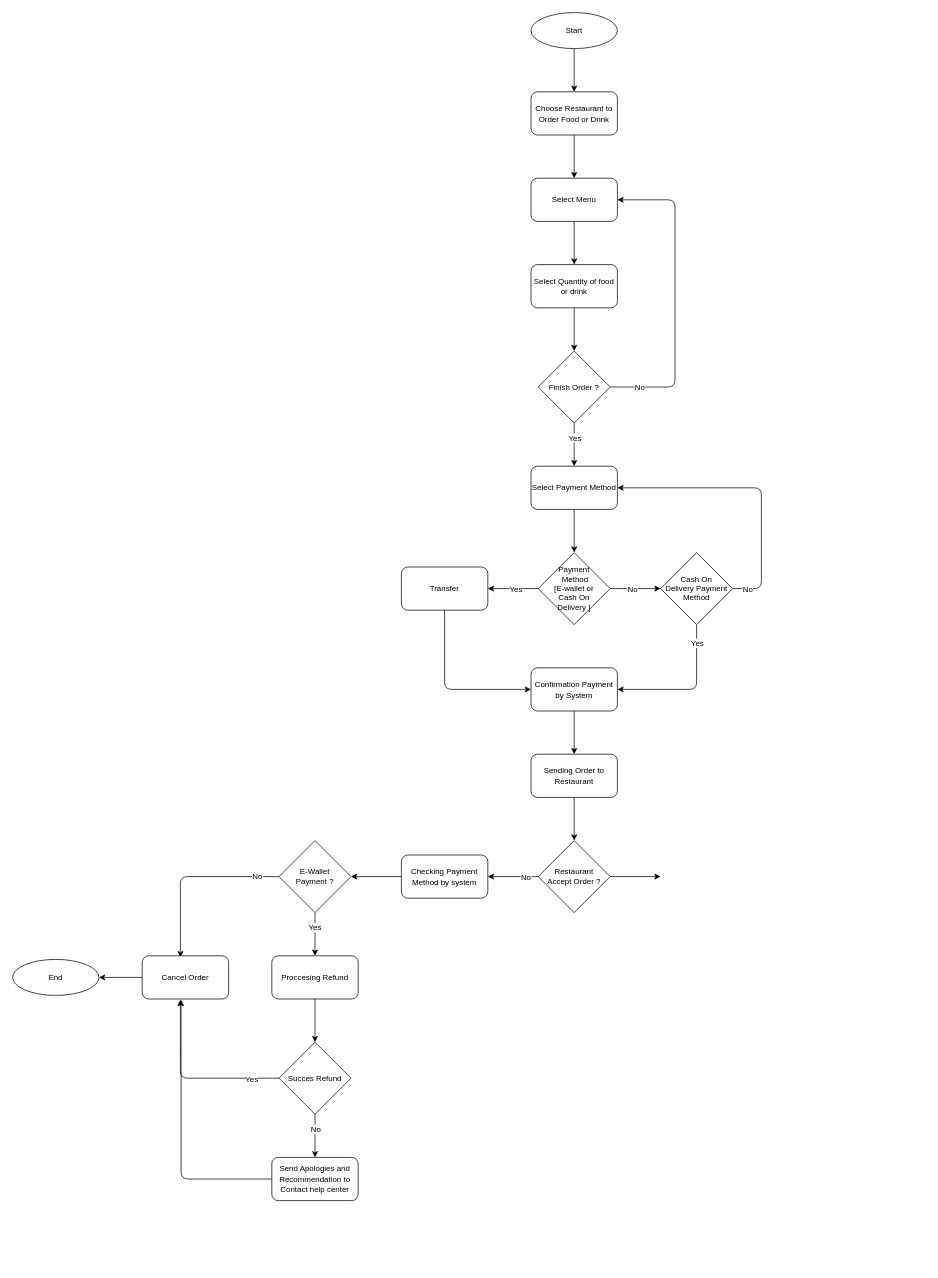
This is flowchart.drawio from arifmardhavi/M_Arif_Mardhavi-order_online_app, a draw.io file, before an edit. Source tidied: cells renumbered, new cells numbered last; positions are measured from the earlier drawing's top-left corner, leaving out a move shared by most shapes. Both pictures are drawn from the tidied source at 72%, with x=0, y=0 at pixel (12, 12).
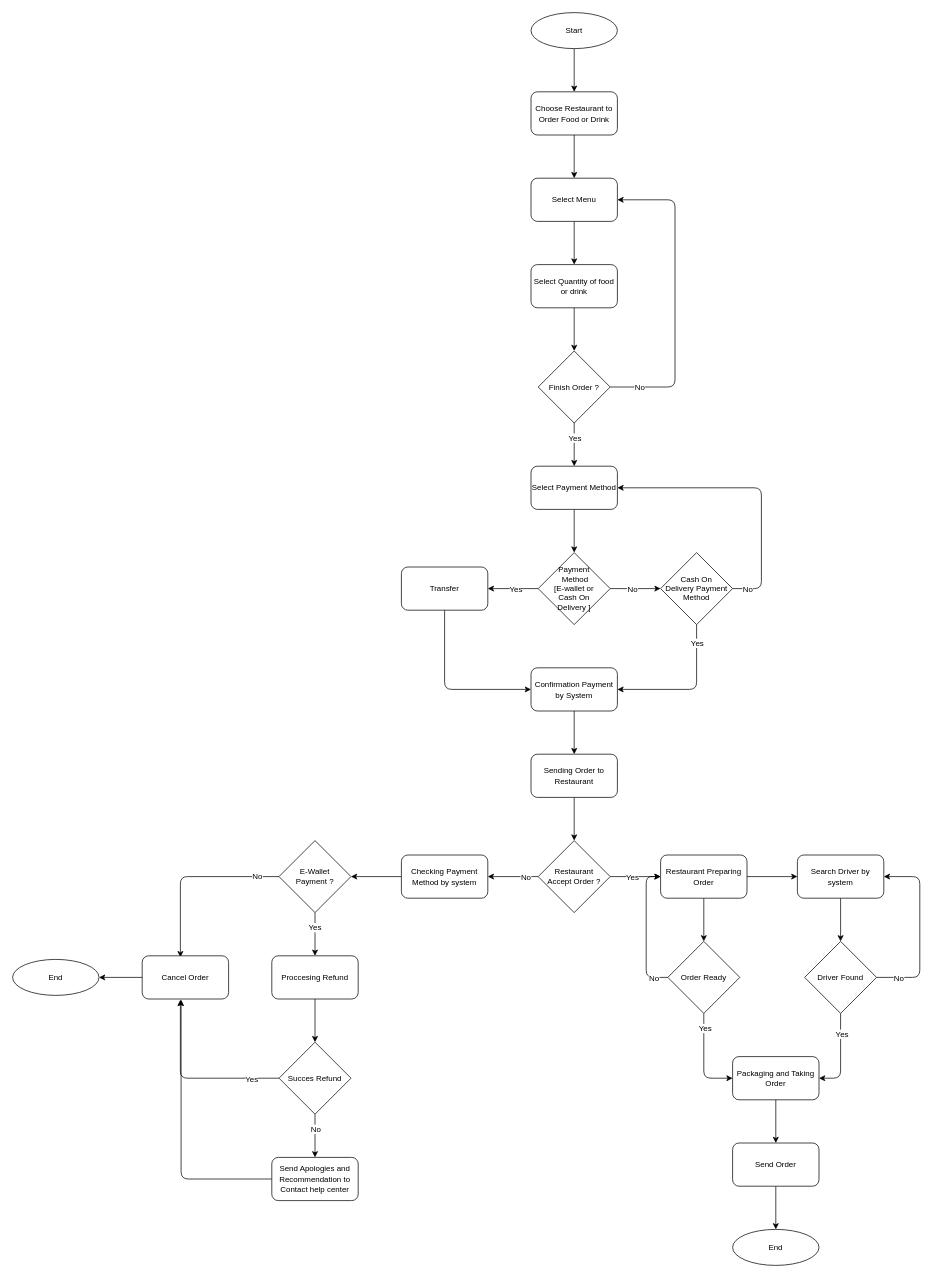
After the change.

Commit message:
add condition if restaurant accept the order

The change refers to these unchanged cells:
```xml
<mxCell id="36" value="Restaurant &lt;br&gt;Accept Order ?" style="rhombus;whiteSpace=wrap;html=1;fontSize=11;" parent="1" vertex="1">
  <mxGeometry x="730" y="1150" width="100" height="100" as="geometry" />
</mxCell>
```

The edit, as a diff of the source:
```diff
@@
-    <mxCell id="35" style="edgeStyle=none;html=1;exitX=1;exitY=0.5;exitDx=0;exitDy=0;entryX=0;entryY=0.5;entryDx=0;entryDy=0;fontSize=11;" parent="1" edge="1" source="36">
-      <mxGeometry relative="1" as="geometry">
-        <mxPoint x="900" y="1200" as="targetPoint" />
-      </mxGeometry>
+    <mxCell id="35" style="edgeStyle=none;html=1;exitX=1;exitY=0.5;exitDx=0;exitDy=0;entryX=0;entryY=0.5;entryDx=0;entryDy=0;fontSize=11;" parent="1" edge="1" source="36" target="59">
+      <mxGeometry relative="1" as="geometry" />
     </mxCell>
+    <mxCell id="56" value="Yes" style="edgeLabel;html=1;align=center;verticalAlign=middle;fontSize=11;" parent="35" vertex="1">
+      <mxGeometry x="-0.39" relative="1" as="geometry">
+        <mxPoint x="9" as="offset" />
+      </mxGeometry>
+    </mxCell>
@@
+    <mxCell id="57" style="edgeStyle=none;html=1;exitX=1;exitY=0.5;exitDx=0;exitDy=0;entryX=0;entryY=0.5;entryDx=0;entryDy=0;fontSize=11;" parent="1" edge="1" source="59" target="61">
+      <mxGeometry relative="1" as="geometry" />
+    </mxCell>
+    <mxCell id="58" style="edgeStyle=none;html=1;exitX=0.5;exitY=1;exitDx=0;exitDy=0;fontSize=11;" parent="1" edge="1" source="59" target="66">
+      <mxGeometry relative="1" as="geometry" />
+    </mxCell>
+    <mxCell id="59" value="&lt;span style=&quot;font-size: 11px&quot;&gt;Restaurant Preparing Order&lt;/span&gt;" style="rounded=1;whiteSpace=wrap;html=1;" parent="1" vertex="1">
+      <mxGeometry x="900" y="1170" width="120" height="60" as="geometry" />
+    </mxCell>
+    <mxCell id="60" style="edgeStyle=none;html=1;exitX=0.5;exitY=1;exitDx=0;exitDy=0;entryX=0.5;entryY=0;entryDx=0;entryDy=0;fontSize=11;" parent="1" edge="1" source="61" target="71">
+      <mxGeometry relative="1" as="geometry" />
+    </mxCell>
+    <mxCell id="61" value="&lt;span style=&quot;font-size: 11px&quot;&gt;Search Driver by system&lt;/span&gt;" style="rounded=1;whiteSpace=wrap;html=1;" parent="1" vertex="1">
+      <mxGeometry x="1090" y="1170" width="120" height="60" as="geometry" />
+    </mxCell>
+    <mxCell id="62" style="edgeStyle=none;html=1;exitX=0;exitY=0.5;exitDx=0;exitDy=0;entryX=0;entryY=0.5;entryDx=0;entryDy=0;fontSize=11;" parent="1" edge="1" source="66" target="59">
+      <mxGeometry relative="1" as="geometry">
+        <Array as="points">
+          <mxPoint x="880" y="1340" />
+          <mxPoint x="880" y="1200" />
+        </Array>
+      </mxGeometry>
+    </mxCell>
+    <mxCell id="63" value="No" style="edgeLabel;html=1;align=center;verticalAlign=middle;fontSize=11;" parent="62" vertex="1">
+      <mxGeometry x="-0.29" y="-2" relative="1" as="geometry">
+        <mxPoint x="8" y="37" as="offset" />
+      </mxGeometry>
+    </mxCell>
+    <mxCell id="64" style="edgeStyle=none;html=1;exitX=0.5;exitY=1;exitDx=0;exitDy=0;entryX=0;entryY=0.5;entryDx=0;entryDy=0;fontSize=11;" parent="1" edge="1" source="66" target="73">
+      <mxGeometry relative="1" as="geometry">
+        <Array as="points">
+          <mxPoint x="960" y="1480" />
+        </Array>
+      </mxGeometry>
+    </mxCell>
+    <mxCell id="65" value="Yes" style="edgeLabel;html=1;align=center;verticalAlign=middle;fontSize=11;" parent="64" vertex="1">
+      <mxGeometry x="-0.69" y="1" relative="1" as="geometry" />
+    </mxCell>
+    <mxCell id="66" value="Order Ready" style="rhombus;whiteSpace=wrap;html=1;fontSize=11;" parent="1" vertex="1">
+      <mxGeometry x="910" y="1290" width="100" height="100" as="geometry" />
+    </mxCell>
+    <mxCell id="67" style="edgeStyle=none;html=1;exitX=1;exitY=0.5;exitDx=0;exitDy=0;entryX=1;entryY=0.5;entryDx=0;entryDy=0;fontSize=11;" parent="1" edge="1" source="71" target="61">
+      <mxGeometry relative="1" as="geometry">
+        <Array as="points">
+          <mxPoint x="1260" y="1340" />
+          <mxPoint x="1260" y="1200" />
+        </Array>
+      </mxGeometry>
+    </mxCell>
+    <mxCell id="68" value="No" style="edgeLabel;html=1;align=center;verticalAlign=middle;fontSize=11;" parent="67" vertex="1">
+      <mxGeometry x="-0.66" relative="1" as="geometry">
+        <mxPoint x="-12" as="offset" />
+      </mxGeometry>
+    </mxCell>
+    <mxCell id="69" style="edgeStyle=none;html=1;exitX=0.5;exitY=1;exitDx=0;exitDy=0;entryX=1;entryY=0.5;entryDx=0;entryDy=0;fontSize=11;" parent="1" edge="1" source="71" target="73">
+      <mxGeometry relative="1" as="geometry">
+        <Array as="points">
+          <mxPoint x="1150" y="1480" />
+        </Array>
+      </mxGeometry>
+    </mxCell>
+    <mxCell id="70" value="Yes" style="edgeLabel;html=1;align=center;verticalAlign=middle;fontSize=11;" parent="69" vertex="1">
+      <mxGeometry x="-0.54" y="1" relative="1" as="geometry" />
+    </mxCell>
+    <mxCell id="71" value="Driver Found" style="rhombus;whiteSpace=wrap;html=1;fontSize=11;" parent="1" vertex="1">
+      <mxGeometry x="1100" y="1290" width="100" height="100" as="geometry" />
+    </mxCell>
+    <mxCell id="72" style="edgeStyle=none;html=1;exitX=0.5;exitY=1;exitDx=0;exitDy=0;entryX=0.5;entryY=0;entryDx=0;entryDy=0;" parent="1" edge="1" source="73" target="76">
+      <mxGeometry relative="1" as="geometry" />
+    </mxCell>
+    <mxCell id="73" value="&lt;span style=&quot;font-size: 11px&quot;&gt;Packaging and Taking Order&lt;/span&gt;" style="rounded=1;whiteSpace=wrap;html=1;" parent="1" vertex="1">
+      <mxGeometry x="1000" y="1450" width="120" height="60" as="geometry" />
+    </mxCell>
+    <mxCell id="74" value="&lt;font style=&quot;font-size: 11px&quot;&gt;End&lt;/font&gt;" style="ellipse;whiteSpace=wrap;html=1;" parent="1" vertex="1">
+      <mxGeometry x="1000" y="1690" width="120" height="50" as="geometry" />
+    </mxCell>
+    <mxCell id="75" style="edgeStyle=none;html=1;exitX=0.5;exitY=1;exitDx=0;exitDy=0;entryX=0.5;entryY=0;entryDx=0;entryDy=0;" parent="1" edge="1" source="76" target="74">
+      <mxGeometry relative="1" as="geometry" />
+    </mxCell>
+    <mxCell id="76" value="&lt;span style=&quot;font-size: 11px&quot;&gt;Send Order&lt;/span&gt;" style="rounded=1;whiteSpace=wrap;html=1;" parent="1" vertex="1">
+      <mxGeometry x="1000" y="1570" width="120" height="60" as="geometry" />
+    </mxCell>
```
